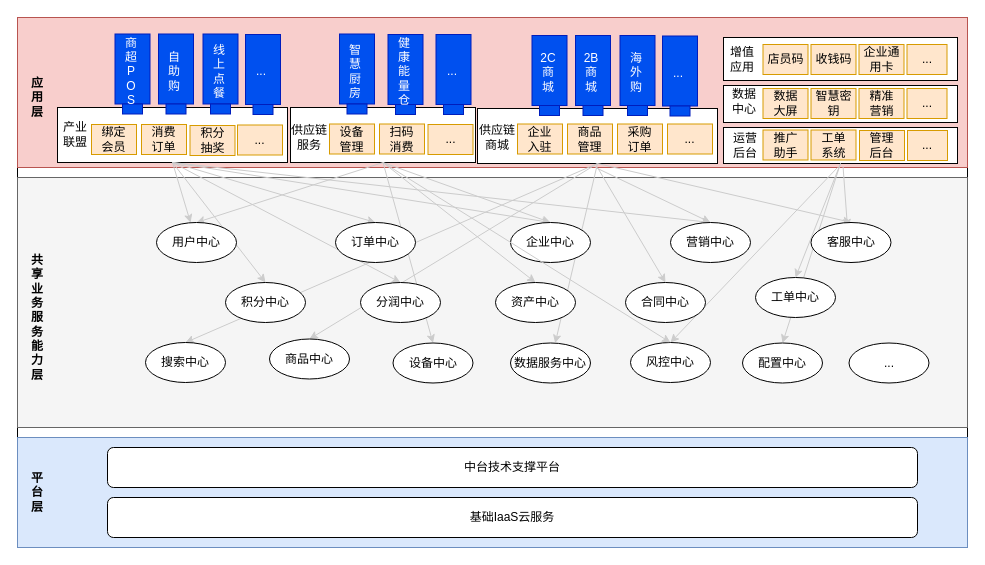
Above: page "business" (2 of 5) of cgc/cgc-framework.drawio in kinvensan/drawio (draw.io), before the change. Source tidied: cells renumbered, new cells numbered last; positions are measured from the earlier drawing's top-left corner, leaving out a move shared by most shapes. Both pictures are drawn from the tidied source at 100%, with x=0, y=0 at pixel (17, 17).
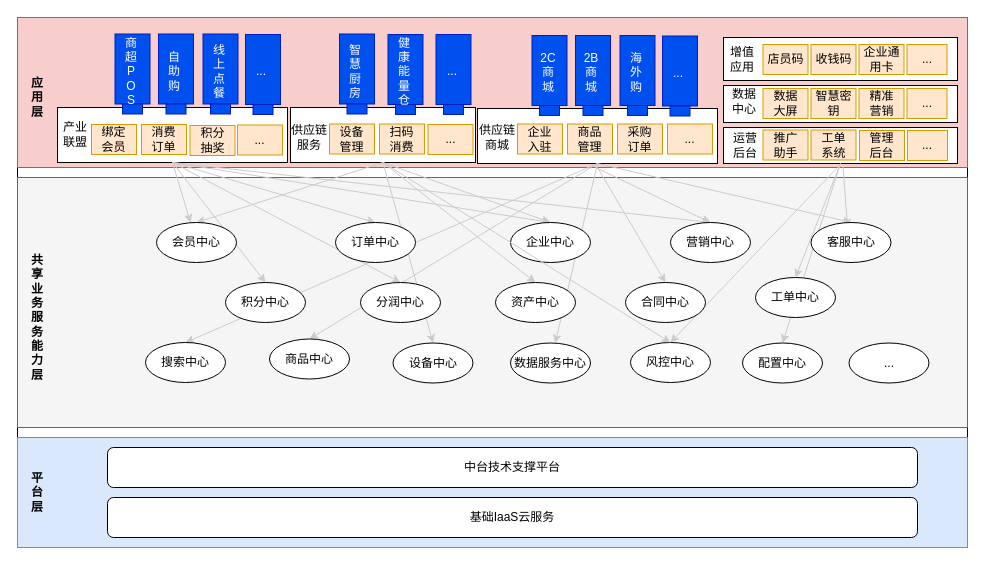
Above is the later version.

The edit, as a diff of the source:
```diff
@@
-    <mxCell id="111" value="用户中心" style="ellipse;whiteSpace=wrap;html=1;" parent="1" vertex="1">
+    <mxCell id="111" value="会员中心" style="ellipse;whiteSpace=wrap;html=1;" parent="1" vertex="1">
       <mxGeometry x="139" y="205" width="80" height="40" as="geometry" />
     </mxCell>
```
